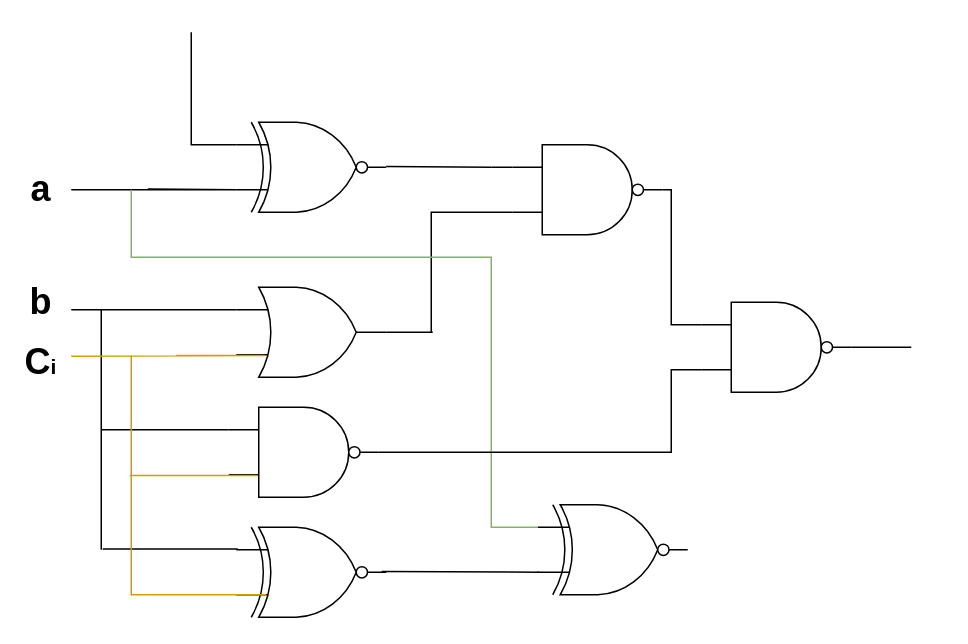
Earlier version of the draw.io diagram page "Page-3" (3 of 3) of Ex1/Mimushim.drawio (monty6400/NumEx1). Source tidied: cells renumbered, new cells numbered last; positions are measured from the earlier drawing's top-left corner, leaving out a move shared by most shapes. Both pictures are drawn from the tidied source at 150%, with x=0, y=0 at pixel (26, 32).
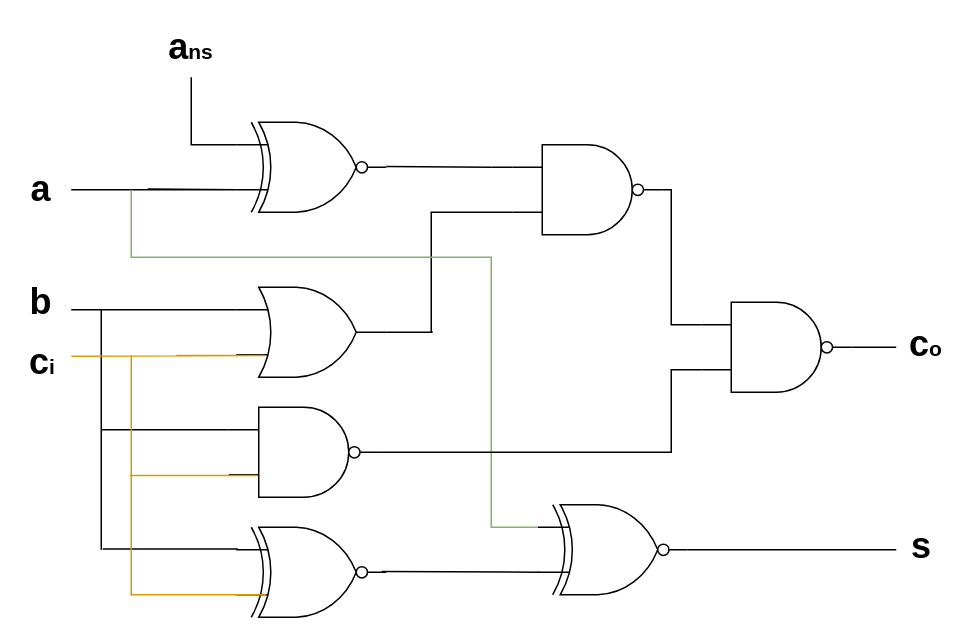
The same page after the edit.

Commit message:
Fixed input names

Unchanged cells that the change refers to:
```xml
<mxCell id="2" style="verticalLabelPosition=bottom;shadow=0;dashed=0;align=center;html=1;verticalAlign=top;shape=mxgraph.electrical.logic_gates.logic_gate;operation=xor;negating=1;negSize=0.15;" parent="1" vertex="1">
  <mxGeometry x="140" y="60" width="100" height="60" as="geometry" />
</mxCell>
<mxCell id="6" style="verticalLabelPosition=bottom;shadow=0;dashed=0;align=center;html=1;verticalAlign=top;shape=mxgraph.electrical.logic_gates.logic_gate;operation=xor;negating=1;negSize=0.15;" parent="1" vertex="1">
  <mxGeometry x="341" y="315" width="100" height="60" as="geometry" />
</mxCell>
<mxCell id="8" style="verticalLabelPosition=bottom;shadow=0;dashed=0;align=center;html=1;verticalAlign=top;shape=mxgraph.electrical.logic_gates.logic_gate;operation=and;negating=1;negSize=0.15;" parent="1" vertex="1">
  <mxGeometry x="450" y="180" width="100" height="60" as="geometry" />
</mxCell>
```

Diff of the diagram source:
```diff
@@
     <mxCell id="9" style="endArrow=none;html=1;rounded=0;exitX=1;exitY=0.5;exitDx=0;exitDy=0;exitPerimeter=0;" parent="1" edge="1" source="8">
       <mxGeometry relative="1" as="geometry">
-        <mxPoint x="590" y="210" as="targetPoint" />
+        <mxPoint x="580" y="210" as="targetPoint" />
       </mxGeometry>
     </mxCell>
@@
     <mxCell id="14" style="endArrow=none;html=1;rounded=0;entryX=0;entryY=0.25;entryDx=0;entryDy=0;entryPerimeter=0;" parent="1" edge="1" target="2">
       <mxGeometry relative="1" as="geometry">
-        <mxPoint x="110" as="sourcePoint" />
+        <mxPoint x="110" y="30" as="sourcePoint" />
         <Array as="points">
           <mxPoint x="110" y="75" />
         </Array>
       </mxGeometry>
     </mxCell>
@@
-    <mxCell id="26" value="&lt;font style=&quot;&quot;&gt;&lt;b style=&quot;&quot;&gt;&lt;span style=&quot;font-size: 24px;&quot;&gt;C&lt;/span&gt;&lt;font style=&quot;font-size: 14px;&quot;&gt;i&lt;/font&gt;&lt;/b&gt;&lt;/font&gt;" style="text;strokeColor=none;align=center;fillColor=none;html=1;verticalAlign=middle;whiteSpace=wrap;rounded=0;" parent="1" vertex="1">
-      <mxGeometry y="210" width="20" height="20" as="geometry" />
+    <mxCell id="26" value="&lt;b style=&quot;&quot;&gt;&lt;span style=&quot;font-size: 24px;&quot;&gt;c&lt;/span&gt;&lt;font style=&quot;font-size: 14px;&quot;&gt;i&lt;/font&gt;&lt;/b&gt;" style="text;strokeColor=none;align=center;fillColor=none;html=1;verticalAlign=middle;whiteSpace=wrap;rounded=0;" parent="1" vertex="1">
+      <mxGeometry x="1" y="210" width="20" height="20" as="geometry" />
     </mxCell>
@@
+    <mxCell id="31" value="&lt;b style=&quot;&quot;&gt;&lt;span style=&quot;font-size: 24px;&quot;&gt;a&lt;/span&gt;&lt;font style=&quot;font-size: 14px;&quot;&gt;ns&lt;/font&gt;&lt;/b&gt;" style="text;strokeColor=none;align=center;fillColor=none;html=1;verticalAlign=middle;whiteSpace=wrap;rounded=0;" parent="1" vertex="1">
+      <mxGeometry x="100" width="20" height="20" as="geometry" />
+    </mxCell>
+    <mxCell id="32" value="&lt;b style=&quot;&quot;&gt;&lt;span style=&quot;font-size: 24px;&quot;&gt;c&lt;/span&gt;&lt;font style=&quot;font-size: 14px;&quot;&gt;o&lt;/font&gt;&lt;/b&gt;" style="text;strokeColor=none;align=center;fillColor=none;html=1;verticalAlign=middle;whiteSpace=wrap;rounded=0;" parent="1" vertex="1">
+      <mxGeometry x="590" y="198" width="20" height="20" as="geometry" />
+    </mxCell>
+    <mxCell id="33" style="endArrow=none;html=1;rounded=0;exitX=1;exitY=0.5;exitDx=0;exitDy=0;exitPerimeter=0;" parent="1" edge="1" source="6">
+      <mxGeometry relative="1" as="geometry">
+        <mxPoint x="580" y="345" as="targetPoint" />
+      </mxGeometry>
+    </mxCell>
+    <mxCell id="34" value="&lt;span style=&quot;font-size: 24px;&quot;&gt;&lt;b&gt;s&lt;/b&gt;&lt;/span&gt;" style="text;strokeColor=none;align=center;fillColor=none;html=1;verticalAlign=middle;whiteSpace=wrap;rounded=0;" parent="1" vertex="1">
+      <mxGeometry x="587" y="333" width="20" height="20" as="geometry" />
+    </mxCell>
```
